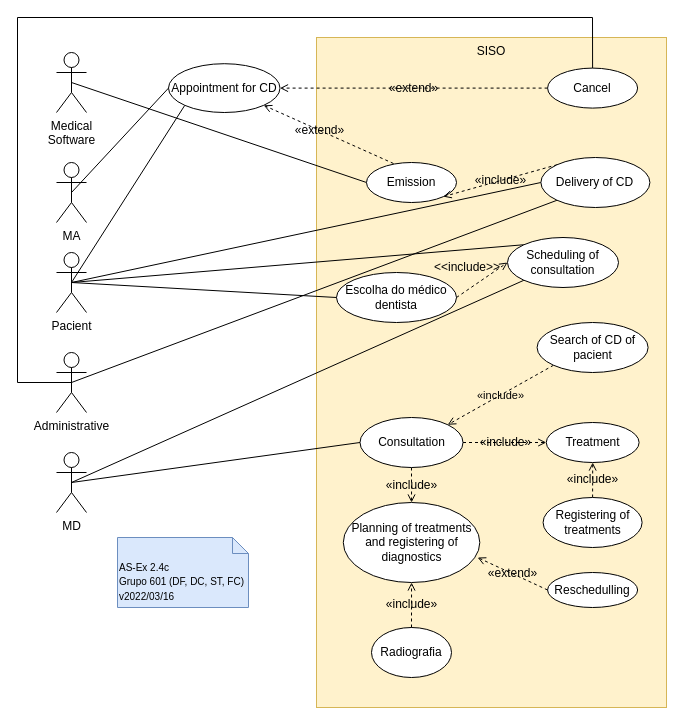
DavidAraujo98/AS keeps this draw.io diagram as page "2.4c" (3 of 3) of P/P2/P2.drawio. Above is the earlier version. Source tidied: cells renumbered, new cells numbered last; positions are measured from the earlier drawing's top-left corner, leaving out a move shared by most shapes. Both pictures are drawn from the tidied source at 100%, with x=0, y=0 at pixel (17, 17).
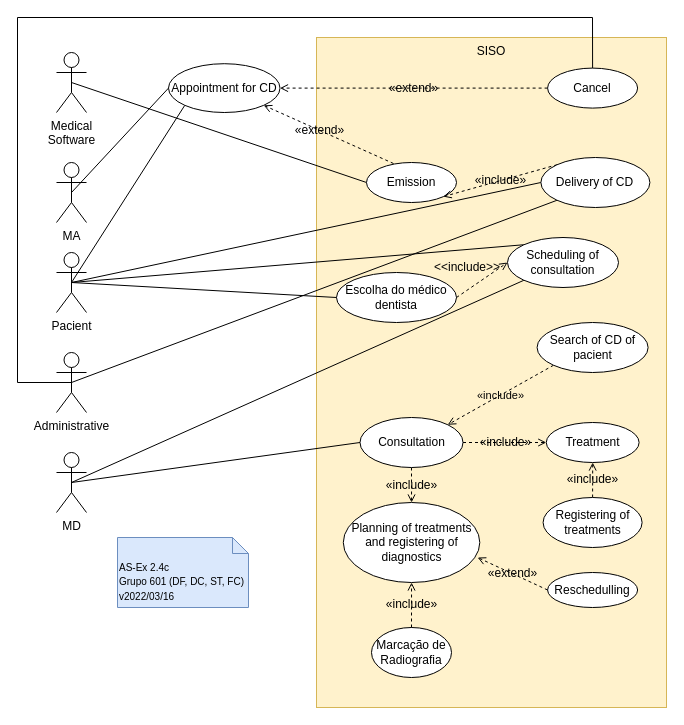
The same diagram, later.

The edit, as a diff of the source:
```diff
@@
-    <mxCell id="41" value="Radiografia" style="ellipse;whiteSpace=wrap;html=1;fontSize=12;" parent="1" vertex="1">
+    <mxCell id="41" value="Marcação de Radiografia" style="ellipse;whiteSpace=wrap;html=1;fontSize=12;" parent="1" vertex="1">
       <mxGeometry x="354" y="610" width="80" height="50" as="geometry" />
     </mxCell>
```
